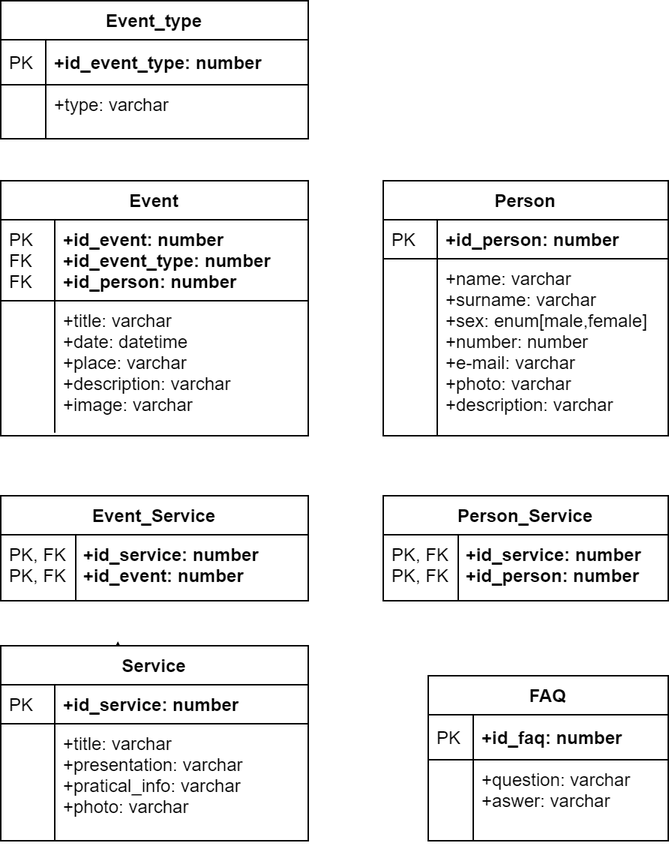
Earlier version of the draw.io export Design-Document/assets/logical_diagram.png (alepas/hypermidia-project). Source tidied: cells renumbered, new cells last; positions are measured from the earlier drawing's top-left corner, leaving out a move shared by most shapes.
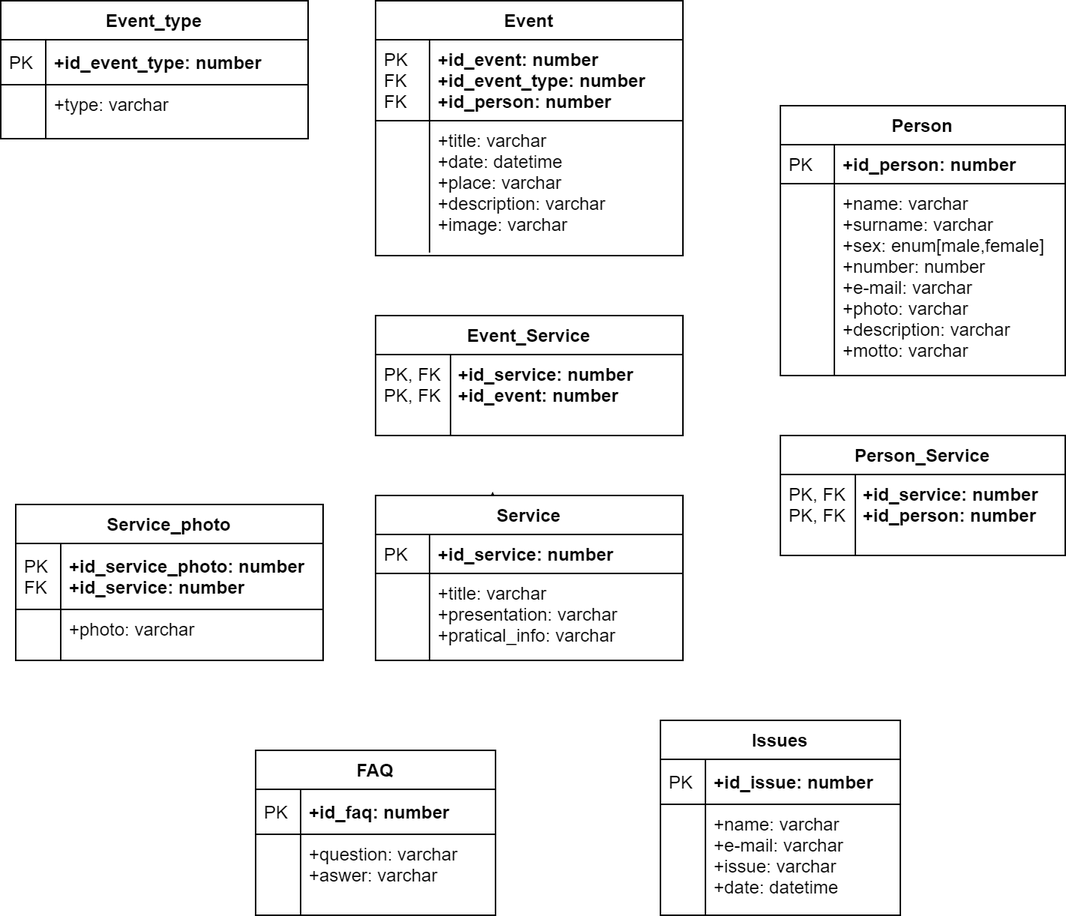
Later version of the same file.

What changed in the source:
```diff
@@ -5,17 +5,23 @@
     <mxCell id="2" style="edgeStyle=orthogonalEdgeStyle;rounded=0;orthogonalLoop=1;jettySize=auto;html=1;exitX=0.5;exitY=0;exitDx=0;exitDy=0;entryX=0.381;entryY=-0.023;entryDx=0;entryDy=0;entryPerimeter=0;" parent="1" edge="1" source="6" target="6">
       <mxGeometry relative="1" as="geometry" />
     </mxCell>
-    <mxCell id="3" value="Event_Service" style="swimlane;fontStyle=1;horizontal=1;startSize=26;rounded=0;shadow=0;strokeWidth=1;" parent="1" vertex="1">
-      <mxGeometry y="330" width="205" height="70" as="geometry" />
-    </mxCell>
-    <mxCell id="4" value="    +id_service: number&#10;    +id_event: number" style="shape=partialRectangle;top=0;left=0;right=0;bottom=1;align=left;verticalAlign=top;fillColor=none;spacingLeft=40;spacingRight=4;overflow=hidden;rounded=0;shadow=0;strokeWidth=1;fontStyle=1;" parent="3" vertex="1">
-      <mxGeometry y="26" width="205" height="44" as="geometry" />
-    </mxCell>
-    <mxCell id="5" value="PK, FK&#10;PK, FK" style="shape=partialRectangle;top=0;left=0;bottom=0;fillColor=none;align=left;verticalAlign=top;spacingLeft=4;spacingRight=4;overflow=hidden;" parent="4" vertex="1">
-      <mxGeometry width="50" height="44" as="geometry" />
-    </mxCell>
+    <mxCell id="14" value="Event" style="swimlane;fontStyle=1;horizontal=1;startSize=26;rounded=0;shadow=0;strokeWidth=1;" parent="1" vertex="1">
+      <mxGeometry x="15" y="220" width="205" height="170" as="geometry" />
+    </mxCell>
+    <mxCell id="15" value="+id_event: number&#10;+id_event_type: number&#10;+id_person: number" style="shape=partialRectangle;top=0;left=0;right=0;bottom=1;align=left;verticalAlign=top;fillColor=none;spacingLeft=40;spacingRight=4;overflow=hidden;rounded=0;shadow=0;strokeWidth=1;fontStyle=1;" parent="14" vertex="1">
+      <mxGeometry y="26" width="205" height="54" as="geometry" />
+    </mxCell>
+    <mxCell id="16" value="PK&#10;FK&#10;FK" style="shape=partialRectangle;top=0;left=0;bottom=0;fillColor=none;align=left;verticalAlign=top;spacingLeft=4;spacingRight=4;overflow=hidden;" parent="15" vertex="1">
+      <mxGeometry width="36" height="54" as="geometry" />
+    </mxCell>
+    <mxCell id="17" value="+title: varchar&#10;+date: datetime&#10;+place: varchar&#10;+description: varchar&#10;+image: varchar" style="shape=partialRectangle;top=0;left=0;right=0;bottom=0;align=left;verticalAlign=top;fillColor=none;spacingLeft=40;spacingRight=4;overflow=hidden;rounded=0;shadow=0;strokeWidth=1;" parent="14" vertex="1">
+      <mxGeometry y="80" width="205" height="88" as="geometry" />
+    </mxCell>
+    <mxCell id="18" style="shape=partialRectangle;top=0;left=0;bottom=0;fillColor=none;align=left;verticalAlign=top;spacingLeft=4;spacingRight=4;overflow=hidden;" parent="17" vertex="1">
+      <mxGeometry width="36" height="88" as="geometry" />
+    </mxCell>
     <mxCell id="6" value="Service" style="swimlane;fontStyle=1;horizontal=1;startSize=26;rounded=0;shadow=0;strokeWidth=1;" parent="1" vertex="1">
-      <mxGeometry y="430" width="205" height="130" as="geometry" />
+      <mxGeometry x="15" y="550" width="205" height="110" as="geometry" />
     </mxCell>
     <mxCell id="7" value="+id_service: number" style="shape=partialRectangle;top=0;left=0;right=0;bottom=1;align=left;verticalAlign=top;fillColor=none;spacingLeft=40;spacingRight=4;overflow=hidden;rounded=0;shadow=0;strokeWidth=1;fontStyle=1;" parent="6" vertex="1">
       <mxGeometry y="26" width="205" height="26" as="geometry" />
@@ -23,38 +29,44 @@
     <mxCell id="8" value="PK" style="shape=partialRectangle;top=0;left=0;bottom=0;fillColor=none;align=left;verticalAlign=top;spacingLeft=4;spacingRight=4;overflow=hidden;" parent="7" vertex="1">
       <mxGeometry width="36" height="26" as="geometry" />
     </mxCell>
-    <mxCell id="9" value="+title: varchar&#10;+presentation: varchar&#10;+pratical_info: varchar&#10;+photo: varchar" style="shape=partialRectangle;top=0;left=0;right=0;bottom=0;align=left;verticalAlign=top;fillColor=none;spacingLeft=40;spacingRight=4;overflow=hidden;rounded=0;shadow=0;strokeWidth=1;" parent="6" vertex="1">
-      <mxGeometry y="52" width="205" height="78" as="geometry" />
+    <mxCell id="9" value="+title: varchar&#10;+presentation: varchar&#10;+pratical_info: varchar" style="shape=partialRectangle;top=0;left=0;right=0;bottom=0;align=left;verticalAlign=top;fillColor=none;spacingLeft=40;spacingRight=4;overflow=hidden;rounded=0;shadow=0;strokeWidth=1;" parent="6" vertex="1">
+      <mxGeometry y="52" width="205" height="58" as="geometry" />
     </mxCell>
     <mxCell id="10" style="shape=partialRectangle;top=0;left=0;bottom=0;fillColor=none;align=left;verticalAlign=top;spacingLeft=4;spacingRight=4;overflow=hidden;" parent="9" vertex="1">
-      <mxGeometry width="36" height="78" as="geometry" />
+      <mxGeometry width="36" height="58" as="geometry" />
     </mxCell>
-    <mxCell id="11" value="Person_Service" style="swimlane;fontStyle=1;horizontal=1;startSize=26;rounded=0;shadow=0;strokeWidth=1;" parent="1" vertex="1">
-      <mxGeometry x="255" y="330" width="190" height="70" as="geometry" />
-    </mxCell>
-    <mxCell id="12" value="    +id_service: number&#10;    +id_person: number" style="shape=partialRectangle;top=0;left=0;right=0;bottom=1;align=left;verticalAlign=top;fillColor=none;spacingLeft=40;spacingRight=4;overflow=hidden;rounded=0;shadow=0;strokeWidth=1;fontStyle=1;" parent="11" vertex="1">
-      <mxGeometry y="26" width="190" height="44" as="geometry" />
-    </mxCell>
-    <mxCell id="13" value="PK, FK&#10;PK, FK" style="shape=partialRectangle;top=0;left=0;bottom=0;fillColor=none;align=left;verticalAlign=top;spacingLeft=4;spacingRight=4;overflow=hidden;" parent="12" vertex="1">
-      <mxGeometry width="50" height="44" as="geometry" />
-    </mxCell>
-    <mxCell id="14" value="Event" style="swimlane;fontStyle=1;horizontal=1;startSize=26;rounded=0;shadow=0;strokeWidth=1;" parent="1" vertex="1">
-      <mxGeometry y="120" width="205" height="170" as="geometry" />
-    </mxCell>
-    <mxCell id="15" value="+id_event: number&#10;+id_event_type: number&#10;+id_person: number" style="shape=partialRectangle;top=0;left=0;right=0;bottom=1;align=left;verticalAlign=top;fillColor=none;spacingLeft=40;spacingRight=4;overflow=hidden;rounded=0;shadow=0;strokeWidth=1;fontStyle=1;" parent="14" vertex="1">
-      <mxGeometry y="26" width="205" height="54" as="geometry" />
-    </mxCell>
-    <mxCell id="16" value="PK&#10;FK&#10;FK" style="shape=partialRectangle;top=0;left=0;bottom=0;fillColor=none;align=left;verticalAlign=top;spacingLeft=4;spacingRight=4;overflow=hidden;" parent="15" vertex="1">
-      <mxGeometry width="36" height="54" as="geometry" />
-    </mxCell>
-    <mxCell id="17" value="+title: varchar&#10;+date: datetime&#10;+place: varchar&#10;+description: varchar&#10;+image: varchar" style="shape=partialRectangle;top=0;left=0;right=0;bottom=0;align=left;verticalAlign=top;fillColor=none;spacingLeft=40;spacingRight=4;overflow=hidden;rounded=0;shadow=0;strokeWidth=1;" parent="14" vertex="1">
-      <mxGeometry y="80" width="205" height="88" as="geometry" />
-    </mxCell>
-    <mxCell id="18" style="shape=partialRectangle;top=0;left=0;bottom=0;fillColor=none;align=left;verticalAlign=top;spacingLeft=4;spacingRight=4;overflow=hidden;" parent="17" vertex="1">
-      <mxGeometry width="36" height="88" as="geometry" />
-    </mxCell>
+    <mxCell id="3" value="Event_Service" style="swimlane;fontStyle=1;horizontal=1;startSize=26;rounded=0;shadow=0;strokeWidth=1;" parent="1" vertex="1">
+      <mxGeometry x="15" y="430" width="205" height="80" as="geometry" />
+    </mxCell>
+    <mxCell id="4" value="    +id_service: number&#10;    +id_event: number" style="shape=partialRectangle;top=0;left=0;right=0;bottom=1;align=left;verticalAlign=top;fillColor=none;spacingLeft=40;spacingRight=4;overflow=hidden;rounded=0;shadow=0;strokeWidth=1;fontStyle=1;" parent="3" vertex="1">
+      <mxGeometry y="26" width="205" height="54" as="geometry" />
+    </mxCell>
+    <mxCell id="5" value="PK, FK&#10;PK, FK" style="shape=partialRectangle;top=0;left=0;bottom=0;fillColor=none;align=left;verticalAlign=top;spacingLeft=4;spacingRight=4;overflow=hidden;" parent="4" vertex="1">
+      <mxGeometry width="50" height="54" as="geometry" />
+    </mxCell>
+    <mxCell id="38" value="Service_photo" style="swimlane;fontStyle=1;horizontal=1;startSize=26;align=center;fontSize=12;" parent="1" vertex="1">
+      <mxGeometry x="-225" y="556" width="205" height="104" as="geometry" />
+    </mxCell>
+    <mxCell id="39" value="+id_service_photo: number&#10;+id_service: number" style="shape=partialRectangle;top=0;left=0;right=0;bottom=1;align=left;verticalAlign=middle;fillColor=none;spacingLeft=34;spacingRight=4;overflow=hidden;fontStyle=1;fontSize=12;" parent="38" vertex="1">
+      <mxGeometry y="26" width="205" height="44" as="geometry" />
+    </mxCell>
+    <mxCell id="40" value="PK&#10;FK" style="shape=partialRectangle;top=0;left=0;bottom=0;fillColor=none;align=left;verticalAlign=middle;spacingLeft=4;spacingRight=4;overflow=hidden;fontSize=12;" parent="39" vertex="1">
+      <mxGeometry width="30" height="44" as="geometry" />
+    </mxCell>
+    <mxCell id="41" value="+photo: varchar" style="shape=partialRectangle;top=0;left=0;right=0;bottom=0;align=left;verticalAlign=top;fillColor=none;spacingLeft=34;spacingRight=4;overflow=hidden;fontSize=12;" parent="38" vertex="1">
+      <mxGeometry y="70" width="205" height="24" as="geometry" />
+    </mxCell>
+    <mxCell id="42" style="shape=partialRectangle;top=0;left=0;bottom=0;fillColor=none;align=left;verticalAlign=top;spacingLeft=4;spacingRight=4;overflow=hidden;fontSize=12;" parent="41" vertex="1">
+      <mxGeometry width="30" height="24" as="geometry" />
+    </mxCell>
+    <mxCell id="43" style="shape=partialRectangle;top=0;left=0;right=0;bottom=0;align=left;verticalAlign=top;fillColor=none;spacingLeft=34;spacingRight=4;overflow=hidden;fontSize=12;" parent="38" vertex="1">
+      <mxGeometry y="94" width="205" height="10" as="geometry" />
+    </mxCell>
+    <mxCell id="44" style="shape=partialRectangle;top=0;left=0;bottom=0;fillColor=none;align=left;verticalAlign=top;spacingLeft=4;spacingRight=4;overflow=hidden;fontSize=12;" parent="43" vertex="1">
+      <mxGeometry width="30" height="10" as="geometry" />
+    </mxCell>
     <mxCell id="19" value="Event_type" style="swimlane;fontStyle=1;horizontal=1;startSize=26;align=center;fontSize=12;" parent="1" vertex="1">
-      <mxGeometry width="205" height="92" as="geometry" />
+      <mxGeometry x="-235" y="220" width="205" height="92" as="geometry" />
     </mxCell>
     <mxCell id="20" value="+id_event_type: number" style="shape=partialRectangle;top=0;left=0;right=0;bottom=1;align=left;verticalAlign=middle;fillColor=none;spacingLeft=34;spacingRight=4;overflow=hidden;fontStyle=1;fontSize=12;" parent="19" vertex="1">
       <mxGeometry y="26" width="205" height="30" as="geometry" />
@@ -74,8 +86,17 @@
     <mxCell id="25" style="shape=partialRectangle;top=0;left=0;bottom=0;fillColor=none;align=left;verticalAlign=top;spacingLeft=4;spacingRight=4;overflow=hidden;fontSize=12;" parent="24" vertex="1">
       <mxGeometry width="30" height="10" as="geometry" />
     </mxCell>
+    <mxCell id="11" value="Person_Service" style="swimlane;fontStyle=1;horizontal=1;startSize=26;rounded=0;shadow=0;strokeWidth=1;" parent="1" vertex="1">
+      <mxGeometry x="285" y="510" width="190" height="80" as="geometry" />
+    </mxCell>
+    <mxCell id="12" value="    +id_service: number&#10;    +id_person: number" style="shape=partialRectangle;top=0;left=0;right=0;bottom=1;align=left;verticalAlign=top;fillColor=none;spacingLeft=40;spacingRight=4;overflow=hidden;rounded=0;shadow=0;strokeWidth=1;fontStyle=1;" parent="11" vertex="1">
+      <mxGeometry y="26" width="190" height="54" as="geometry" />
+    </mxCell>
+    <mxCell id="13" value="PK, FK&#10;PK, FK" style="shape=partialRectangle;top=0;left=0;bottom=0;fillColor=none;align=left;verticalAlign=top;spacingLeft=4;spacingRight=4;overflow=hidden;" parent="12" vertex="1">
+      <mxGeometry width="50" height="54" as="geometry" />
+    </mxCell>
     <mxCell id="26" value="Person" style="swimlane;fontStyle=1;horizontal=1;startSize=26;rounded=0;shadow=0;strokeWidth=1;" parent="1" vertex="1">
-      <mxGeometry x="255" y="120" width="190" height="170" as="geometry" />
+      <mxGeometry x="285" y="290" width="190" height="180" as="geometry" />
     </mxCell>
     <mxCell id="27" value="+id_person: number" style="shape=partialRectangle;top=0;left=0;right=0;bottom=1;align=left;verticalAlign=top;fillColor=none;spacingLeft=40;spacingRight=4;overflow=hidden;rounded=0;shadow=0;strokeWidth=1;fontStyle=1;" parent="26" vertex="1">
       <mxGeometry y="26" width="190" height="26" as="geometry" />
@@ -83,14 +104,35 @@
     <mxCell id="28" value="PK" style="shape=partialRectangle;top=0;left=0;bottom=0;fillColor=none;align=left;verticalAlign=top;spacingLeft=4;spacingRight=4;overflow=hidden;" parent="27" vertex="1">
       <mxGeometry width="36" height="26" as="geometry" />
     </mxCell>
-    <mxCell id="29" value="+name: varchar&#10;+surname: varchar&#10;+sex: enum[male,female]&#10;+number: number&#10;+e-mail: varchar&#10;+photo: varchar&#10;+description: varchar&#10;" style="shape=partialRectangle;top=0;left=0;right=0;bottom=0;align=left;verticalAlign=top;fillColor=none;spacingLeft=40;spacingRight=4;overflow=hidden;rounded=0;shadow=0;strokeWidth=1;" parent="26" vertex="1">
-      <mxGeometry y="52" width="190" height="118" as="geometry" />
+    <mxCell id="29" value="+name: varchar&#10;+surname: varchar&#10;+sex: enum[male,female]&#10;+number: number&#10;+e-mail: varchar&#10;+photo: varchar&#10;+description: varchar&#10;+motto: varchar" style="shape=partialRectangle;top=0;left=0;right=0;bottom=0;align=left;verticalAlign=top;fillColor=none;spacingLeft=40;spacingRight=4;overflow=hidden;rounded=0;shadow=0;strokeWidth=1;" parent="26" vertex="1">
+      <mxGeometry y="52" width="190" height="128" as="geometry" />
     </mxCell>
     <mxCell id="30" style="shape=partialRectangle;top=0;left=0;bottom=0;fillColor=none;align=left;verticalAlign=top;spacingLeft=4;spacingRight=4;overflow=hidden;" parent="29" vertex="1">
-      <mxGeometry width="36" height="118" as="geometry" />
+      <mxGeometry width="36" height="128" as="geometry" />
     </mxCell>
+    <mxCell id="45" value="Issues" style="swimlane;fontStyle=1;horizontal=1;startSize=26;align=center;fontSize=12;" parent="1" vertex="1">
+      <mxGeometry x="205" y="700" width="160" height="130" as="geometry" />
+    </mxCell>
+    <mxCell id="46" value="+id_issue: number" style="shape=partialRectangle;top=0;left=0;right=0;bottom=1;align=left;verticalAlign=middle;fillColor=none;spacingLeft=34;spacingRight=4;overflow=hidden;fontStyle=1;fontSize=12;" parent="45" vertex="1">
+      <mxGeometry y="26" width="160" height="30" as="geometry" />
+    </mxCell>
+    <mxCell id="47" value="PK" style="shape=partialRectangle;top=0;left=0;bottom=0;fillColor=none;align=left;verticalAlign=middle;spacingLeft=4;spacingRight=4;overflow=hidden;fontSize=12;" parent="46" vertex="1">
+      <mxGeometry width="30" height="30" as="geometry" />
+    </mxCell>
+    <mxCell id="48" value="+name: varchar&#10;+e-mail: varchar&#10;+issue: varchar&#10;+date: datetime" style="shape=partialRectangle;top=0;left=0;right=0;bottom=0;align=left;verticalAlign=top;fillColor=none;spacingLeft=34;spacingRight=4;overflow=hidden;fontSize=12;" parent="45" vertex="1">
+      <mxGeometry y="56" width="160" height="64" as="geometry" />
+    </mxCell>
+    <mxCell id="49" style="shape=partialRectangle;top=0;left=0;bottom=0;fillColor=none;align=left;verticalAlign=top;spacingLeft=4;spacingRight=4;overflow=hidden;fontSize=12;" parent="48" vertex="1">
+      <mxGeometry width="30" height="64" as="geometry" />
+    </mxCell>
+    <mxCell id="50" style="shape=partialRectangle;top=0;left=0;right=0;bottom=0;align=left;verticalAlign=top;fillColor=none;spacingLeft=34;spacingRight=4;overflow=hidden;fontSize=12;" parent="45" vertex="1">
+      <mxGeometry y="120" width="160" height="10" as="geometry" />
+    </mxCell>
+    <mxCell id="51" style="shape=partialRectangle;top=0;left=0;bottom=0;fillColor=none;align=left;verticalAlign=top;spacingLeft=4;spacingRight=4;overflow=hidden;fontSize=12;" parent="50" vertex="1">
+      <mxGeometry width="30" height="10" as="geometry" />
+    </mxCell>
     <mxCell id="31" value="FAQ" style="swimlane;fontStyle=1;horizontal=1;startSize=26;align=center;fontSize=12;" parent="1" vertex="1">
-      <mxGeometry x="285" y="450" width="160" height="110" as="geometry" />
+      <mxGeometry x="-65" y="720" width="160" height="110" as="geometry" />
     </mxCell>
     <mxCell id="32" value="+id_faq: number" style="shape=partialRectangle;top=0;left=0;right=0;bottom=1;align=left;verticalAlign=middle;fillColor=none;spacingLeft=34;spacingRight=4;overflow=hidden;fontStyle=1;fontSize=12;" parent="31" vertex="1">
       <mxGeometry y="26" width="160" height="30" as="geometry" />
```
